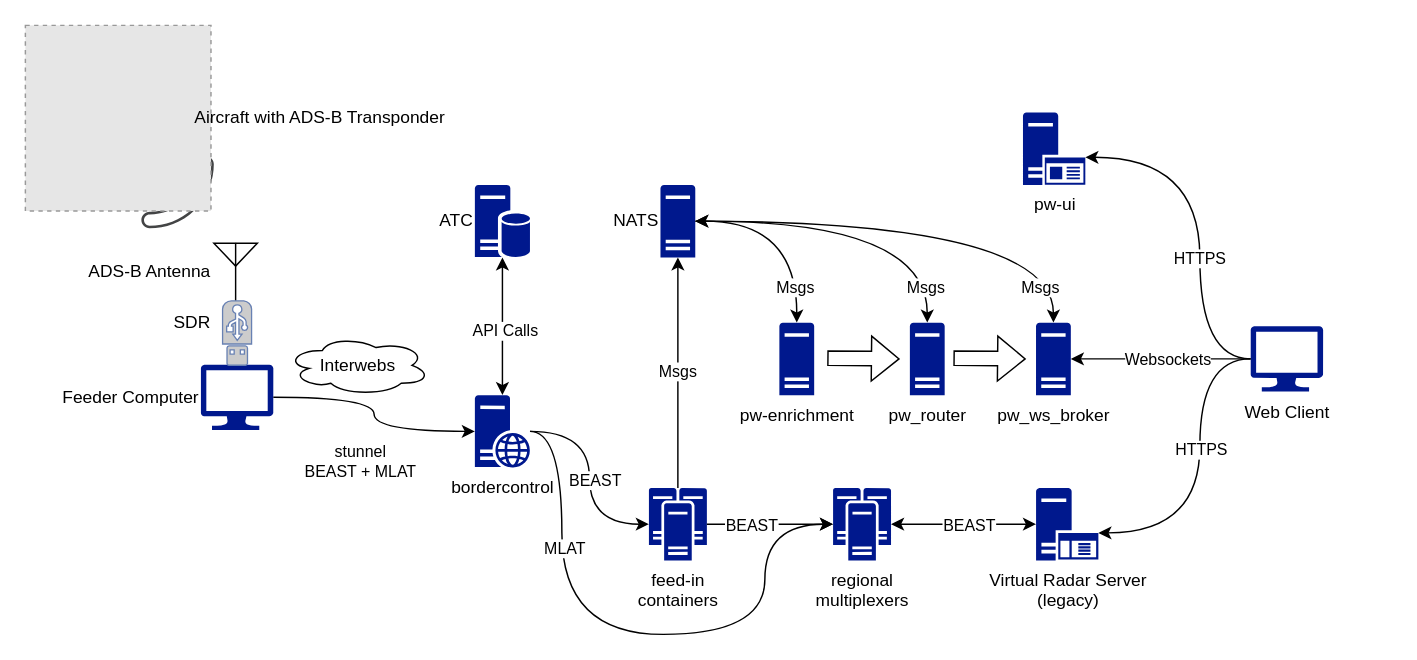
Earlier version of the draw.io diagram page "Normal Diagram" (1 of 2) of content/posts/behind_the_scenes/Architecture Overview.drawio (plane-watch/pw-website). Source tidied: cells renumbered, new cells numbered last; positions are measured from the earlier drawing's top-left corner, leaving out a move shared by most shapes. Both pictures are drawn from the tidied source at 145%, with x=0, y=0 at pixel (25, 25). Pictures stored in the file or linked from it are replaced by grey dashed boxes.
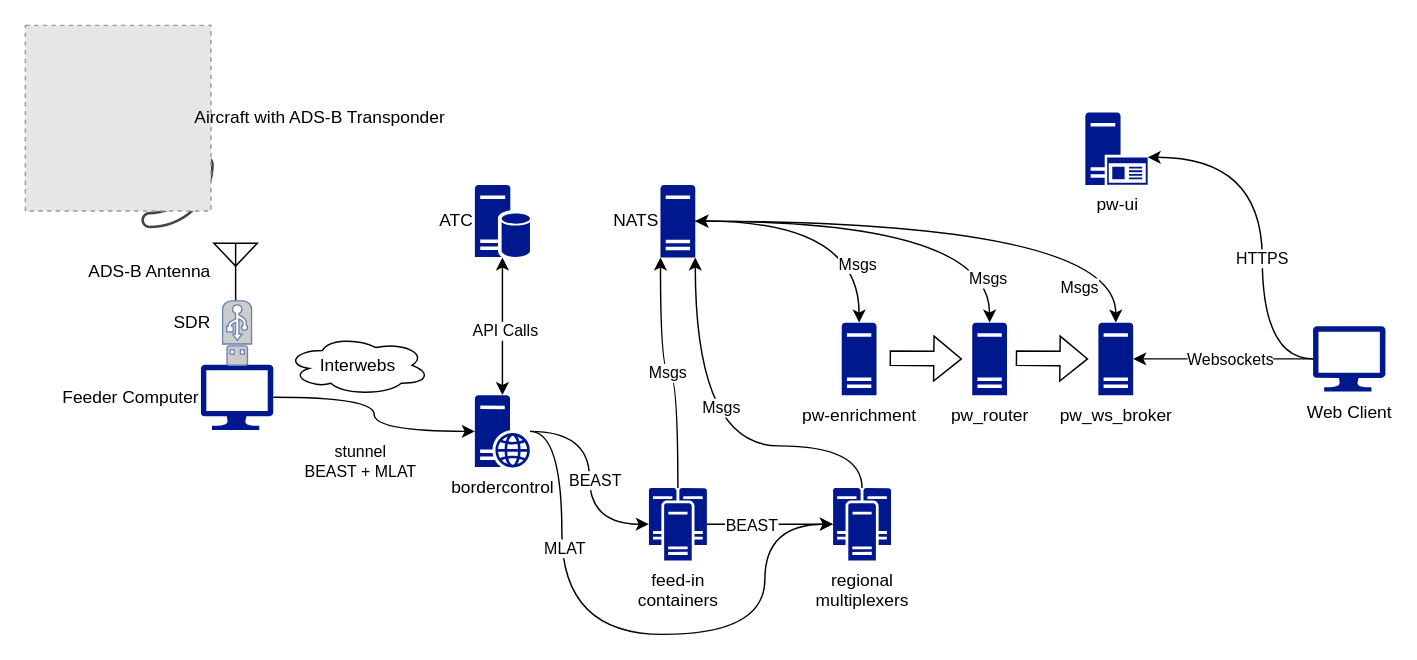
Above is the later version.

Unchanged cells that the change refers to:
```xml
<mxCell id="16" value="feed-in&lt;br&gt;containers" style="sketch=0;shadow=0;dashed=0;html=1;strokeColor=none;labelPosition=center;verticalLabelPosition=bottom;verticalAlign=top;align=center;fillColor=#00188D;shape=mxgraph.mscae.enterprise.cluster_server;" parent="1" vertex="1">
  <mxGeometry x="430" y="319" width="40" height="50" as="geometry" />
</mxCell>
<mxCell id="21" value="regional&lt;br&gt;multiplexers" style="sketch=0;shadow=0;dashed=0;html=1;strokeColor=none;labelPosition=center;verticalLabelPosition=bottom;verticalAlign=top;align=center;fillColor=#00188D;shape=mxgraph.mscae.enterprise.cluster_server;" parent="1" vertex="1">
  <mxGeometry x="557" y="319" width="40" height="50" as="geometry" />
</mxCell>
<mxCell id="26" value="NATS" style="sketch=0;shadow=0;dashed=0;html=1;strokeColor=none;labelPosition=left;verticalLabelPosition=middle;verticalAlign=middle;align=right;fillColor=#00188D;shape=mxgraph.mscae.enterprise.server_generic;" parent="1" vertex="1">
  <mxGeometry x="438" y="110" width="24" height="50" as="geometry" />
</mxCell>
```

What changed in the source:
```diff
@@
-    <mxCell id="17" value="Virtual Radar Server&lt;br&gt;(legacy)" style="sketch=0;shadow=0;dashed=0;html=1;strokeColor=none;labelPosition=center;verticalLabelPosition=bottom;verticalAlign=top;align=center;fillColor=#00188D;shape=mxgraph.mscae.enterprise.application_server;" parent="1" vertex="1">
-      <mxGeometry x="697" y="319" width="43" height="50" as="geometry" />
-    </mxCell>
@@
-    <mxCell id="24" style="edgeStyle=orthogonalEdgeStyle;curved=1;rounded=0;jettySize=auto;html=1;entryX=0;entryY=0.5;entryDx=0;entryDy=0;entryPerimeter=0;startArrow=classic;startFill=1;" parent="1" edge="1" source="21" target="17">
-      <mxGeometry relative="1" as="geometry" />
-    </mxCell>
-    <mxCell id="25" value="BEAST" style="edgeLabel;html=1;align=center;verticalAlign=middle;" parent="24" vertex="1">
-      <mxGeometry x="-0.08" y="-1" relative="1" as="geometry">
-        <mxPoint x="7" y="-1" as="offset" />
-      </mxGeometry>
-    </mxCell>
@@
-    <mxCell id="27" value="Msgs" style="edgeStyle=orthogonalEdgeStyle;curved=1;rounded=0;jettySize=auto;html=1;" parent="1" edge="1" source="16" target="26">
-      <mxGeometry relative="1" as="geometry" />
+    <mxCell id="27" value="Msgs" style="edgeStyle=orthogonalEdgeStyle;curved=1;rounded=0;jettySize=auto;html=1;entryX=0;entryY=1;entryDx=0;entryDy=0;entryPerimeter=0;" parent="1" edge="1" source="16" target="26">
+      <mxGeometry relative="1" as="geometry">
+        <Array as="points">
+          <mxPoint x="450" y="240" />
+          <mxPoint x="438" y="240" />
+        </Array>
+      </mxGeometry>
     </mxCell>
@@
     <mxCell id="30" value="pw-enrichment" style="sketch=0;shadow=0;dashed=0;html=1;strokeColor=none;labelPosition=center;verticalLabelPosition=bottom;verticalAlign=top;align=center;fillColor=#00188D;shape=mxgraph.mscae.enterprise.server_generic;" parent="1" vertex="1">
-      <mxGeometry x="520" y="205" width="24" height="50" as="geometry" />
+      <mxGeometry x="563" y="205" width="24" height="50" as="geometry" />
     </mxCell>
@@
     <mxCell id="33" value="pw_router" style="sketch=0;shadow=0;dashed=0;html=1;strokeColor=none;labelPosition=center;verticalLabelPosition=bottom;verticalAlign=top;align=center;fillColor=#00188D;shape=mxgraph.mscae.enterprise.server_generic;" parent="1" vertex="1">
-      <mxGeometry x="610" y="205" width="24" height="50" as="geometry" />
+      <mxGeometry x="653" y="205" width="24" height="50" as="geometry" />
     </mxCell>
@@
     <mxCell id="36" value="pw_ws_broker" style="sketch=0;shadow=0;dashed=0;html=1;strokeColor=none;labelPosition=center;verticalLabelPosition=bottom;verticalAlign=top;align=center;fillColor=#00188D;shape=mxgraph.mscae.enterprise.server_generic;" parent="1" vertex="1">
-      <mxGeometry x="697" y="205" width="24" height="50" as="geometry" />
+      <mxGeometry x="740" y="205" width="24" height="50" as="geometry" />
     </mxCell>
@@
     <mxCell id="39" style="shape=flexArrow;endArrow=classic;html=1;rounded=0;curved=1;" parent="1" edge="1">
       <mxGeometry relative="1" as="geometry">
-        <mxPoint x="553" y="229.5" as="sourcePoint" />
-        <mxPoint x="603" y="230" as="targetPoint" />
+        <mxPoint x="596" y="229.5" as="sourcePoint" />
+        <mxPoint x="646" y="230" as="targetPoint" />
       </mxGeometry>
     </mxCell>
     <mxCell id="40" style="shape=flexArrow;endArrow=classic;html=1;rounded=0;curved=1;" parent="1" edge="1">
       <mxGeometry relative="1" as="geometry">
-        <mxPoint x="640" y="229.5" as="sourcePoint" />
-        <mxPoint x="690" y="230" as="targetPoint" />
+        <mxPoint x="683" y="229.5" as="sourcePoint" />
+        <mxPoint x="733" y="230" as="targetPoint" />
       </mxGeometry>
     </mxCell>
     <mxCell id="41" value="Web Client" style="sketch=0;shadow=0;dashed=0;html=1;strokeColor=none;labelPosition=center;verticalLabelPosition=bottom;verticalAlign=top;align=center;fillColor=#00188D;shape=mxgraph.azure.computer;" parent="1" vertex="1">
-      <mxGeometry x="845" y="207.5" width="50" height="45" as="geometry" />
+      <mxGeometry x="888" y="207.5" width="50" height="45" as="geometry" />
     </mxCell>
@@
     <mxCell id="44" value="pw-ui" style="sketch=0;shadow=0;dashed=0;html=1;strokeColor=none;labelPosition=center;verticalLabelPosition=bottom;verticalAlign=top;align=center;fillColor=#00188D;shape=mxgraph.mscae.enterprise.application_server2;" parent="1" vertex="1">
-      <mxGeometry x="688" y="60" width="43" height="50" as="geometry" />
+      <mxGeometry x="731" y="60" width="43" height="50" as="geometry" />
     </mxCell>
     <mxCell id="45" style="edgeStyle=orthogonalEdgeStyle;curved=1;rounded=0;jettySize=auto;html=1;exitX=0;exitY=0.5;exitDx=0;exitDy=0;exitPerimeter=0;entryX=1;entryY=0.62;entryDx=0;entryDy=0;entryPerimeter=0;" parent="1" edge="1" source="41" target="44">
       <mxGeometry relative="1" as="geometry">
         <Array as="points">
-          <mxPoint x="810" y="230" />
-          <mxPoint x="810" y="91" />
+          <mxPoint x="853" y="230" />
+          <mxPoint x="853" y="91" />
         </Array>
       </mxGeometry>
     </mxCell>
@@
-    <mxCell id="47" style="edgeStyle=orthogonalEdgeStyle;curved=1;rounded=0;jettySize=auto;html=1;entryX=1;entryY=0.62;entryDx=0;entryDy=0;entryPerimeter=0;" parent="1" edge="1" source="41" target="17">
-      <mxGeometry relative="1" as="geometry">
-        <Array as="points">
-          <mxPoint x="810" y="230" />
-          <mxPoint x="810" y="350" />
-        </Array>
-      </mxGeometry>
-    </mxCell>
-    <mxCell id="48" value="HTTPS" style="edgeLabel;html=1;align=center;verticalAlign=middle;" parent="47" vertex="1">
-      <mxGeometry x="-0.14" relative="1" as="geometry" />
-    </mxCell>
+    <mxCell id="49" style="edgeStyle=orthogonalEdgeStyle;rounded=0;jettySize=auto;html=1;exitX=0.5;exitY=0;exitDx=0;exitDy=0;exitPerimeter=0;entryX=1;entryY=1;entryDx=0;entryDy=0;entryPerimeter=0;curved=1;" parent="1" edge="1" source="21" target="26">
+      <mxGeometry relative="1" as="geometry">
+        <Array as="points">
+          <mxPoint x="577" y="290" />
+          <mxPoint x="462" y="290" />
+        </Array>
+      </mxGeometry>
+    </mxCell>
+    <mxCell id="50" value="Msgs" style="edgeLabel;html=1;align=center;verticalAlign=middle;" parent="49" vertex="1">
+      <mxGeometry x="0.25" y="-17" relative="1" as="geometry" />
+    </mxCell>
```
